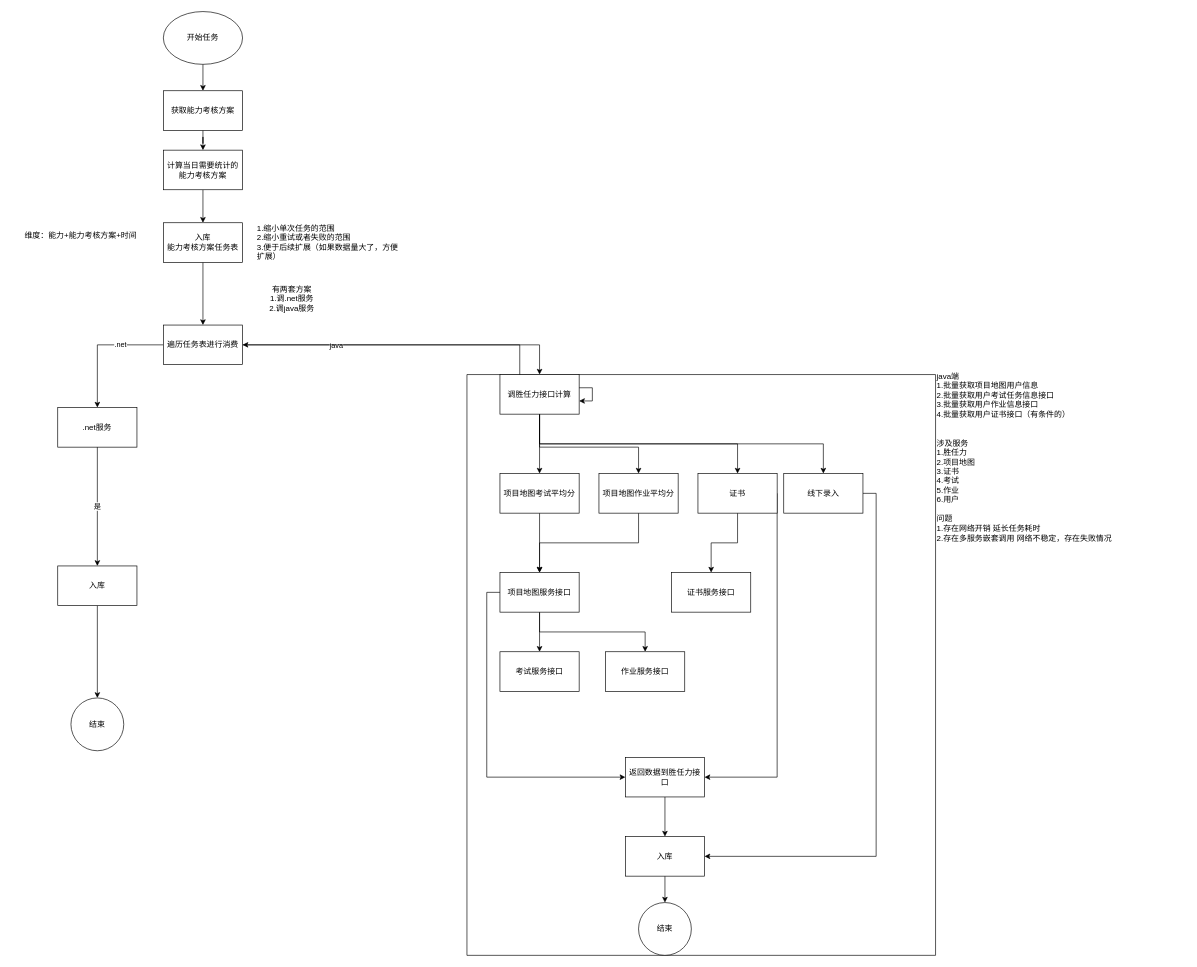
w849027724/draw_files keeps this draw.io diagram as exe/能力任务流程图.drawio. Above is the earlier version. Source tidied: cells renumbered, new cells numbered last; positions are measured from the earlier drawing's top-left corner, leaving out a move shared by most shapes. Both pictures are drawn from the tidied source at 66%, with x=0, y=0 at pixel (11, 11).
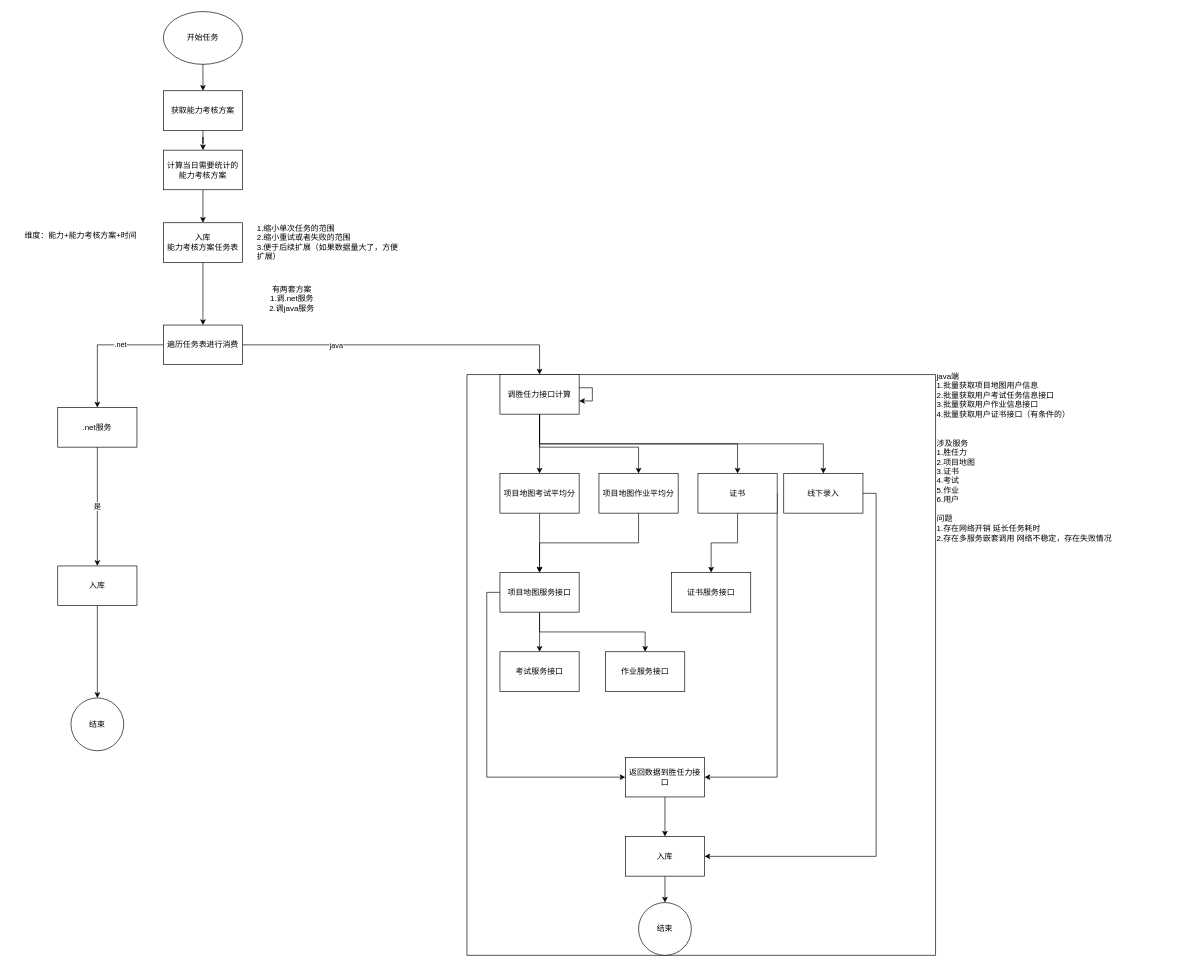
Above is the later version.

Commit message:
Update 能力任务流程图.drawio

The change refers to these unchanged cells:
```xml
<mxCell id="15" value="遍历任务表进行消费" style="rounded=0;whiteSpace=wrap;html=1;" parent="1" vertex="1">
  <mxGeometry x="230" y="475" width="120" height="60" as="geometry" />
</mxCell>
<mxCell id="49" value="调胜任力接口计算" style="rounded=0;whiteSpace=wrap;html=1;" parent="47" vertex="1">
  <mxGeometry x="50" width="120" height="60" as="geometry" />
</mxCell>
```

Diff of the diagram source:
```diff
@@
-    <mxCell id="51" style="edgeStyle=orthogonalEdgeStyle;rounded=0;jettySize=auto;html=1;exitX=0.25;exitY=0;exitDx=0;exitDy=0;entryX=1;entryY=0.5;entryDx=0;entryDy=0;" parent="1" edge="1" source="49" target="15">
-      <mxGeometry relative="1" as="geometry" />
-    </mxCell>
```
